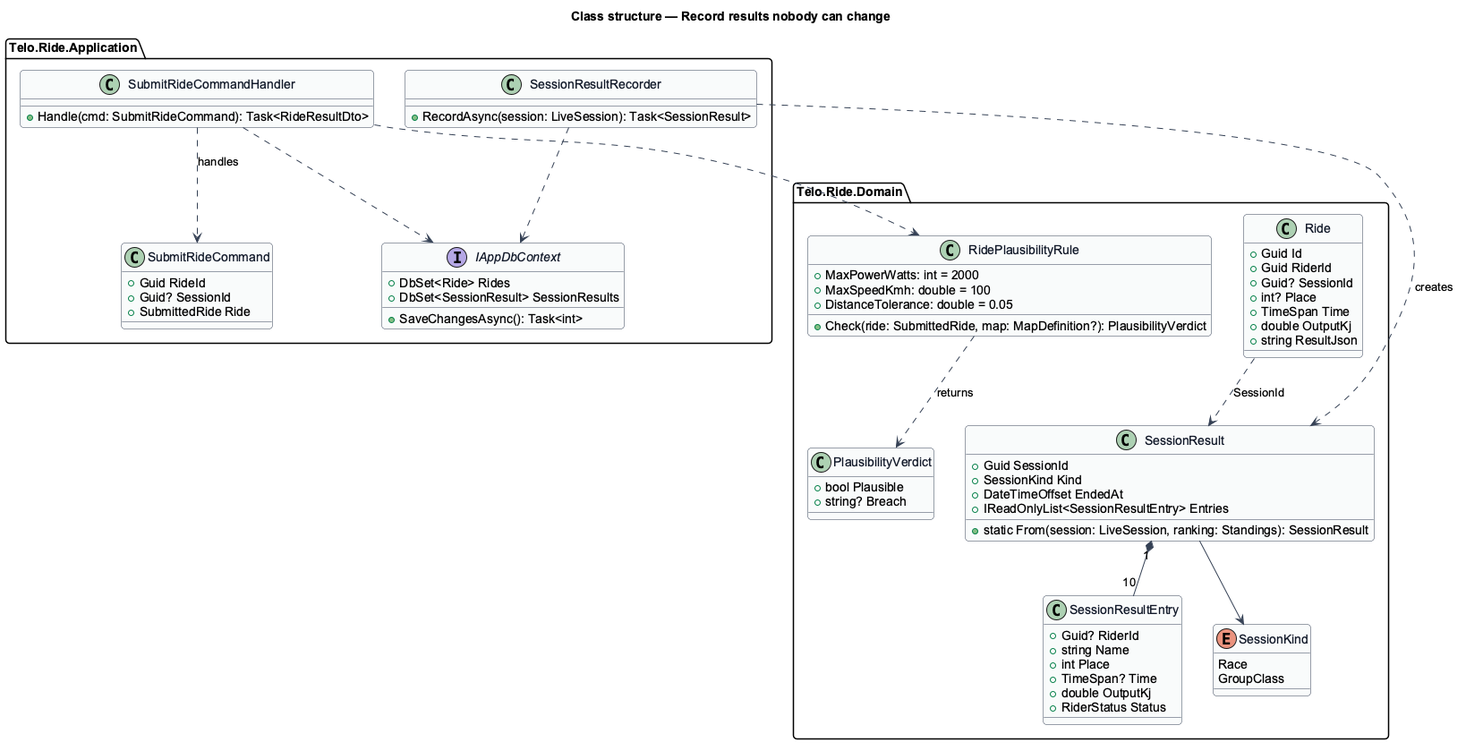
QuinntyneBrown/ride-one keeps this PlantUML diagram as docs/detailed-designs/multiplayer/record-results-nobody-can-change/diagrams/class-structure.png. Above is the earlier version. Its diagram source:
```plantuml
@startuml
skinparam backgroundColor #FFFFFF
skinparam shadowing false
skinparam roundcorner 8
skinparam defaultFontName Arial
skinparam ArrowColor #344054
skinparam class {
  BorderColor #344054
  FontColor #101828
  BackgroundColor #F9FAFB
}
set separator none
title Class structure — Record results nobody can change

package "Telo.Ride.Domain" {
  class SessionResult {
    +Guid SessionId
    +SessionKind Kind
    +DateTimeOffset EndedAt
    +IReadOnlyList<SessionResultEntry> Entries
    +static From(session: LiveSession, ranking: Standings): SessionResult
  }
  class SessionResultEntry {
    +Guid? RiderId
    +string Name
    +int Place
    +TimeSpan? Time
    +double OutputKj
    +RiderStatus Status
  }
  class Ride {
    +Guid Id
    +Guid RiderId
    +Guid? SessionId
    +int? Place
    +TimeSpan Time
    +double OutputKj
    +string ResultJson
  }
  class RidePlausibilityRule {
    +MaxPowerWatts: int = 2000
    +MaxSpeedKmh: double = 100
    +DistanceTolerance: double = 0.05
    +Check(ride: SubmittedRide, map: MapDefinition?): PlausibilityVerdict
  }
  class PlausibilityVerdict {
    +bool Plausible
    +string? Breach
  }
  enum SessionKind {
    Race
    GroupClass
  }
}
package "Telo.Ride.Application" {
  class SubmitRideCommand {
    +Guid RideId
    +Guid? SessionId
    +SubmittedRide Ride
  }
  class SubmitRideCommandHandler {
    +Handle(cmd: SubmitRideCommand): Task<RideResultDto>
  }
  class SessionResultRecorder {
    +RecordAsync(session: LiveSession): Task<SessionResult>
  }
  interface IAppDbContext {
    +DbSet<Ride> Rides
    +DbSet<SessionResult> SessionResults
    +SaveChangesAsync(): Task<int>
  }
}

SessionResult "1" *-- "10" SessionResultEntry
SessionResult --> SessionKind
Ride ..> SessionResult : SessionId
RidePlausibilityRule ..> PlausibilityVerdict : returns
SubmitRideCommandHandler ..> SubmitRideCommand : handles
SubmitRideCommandHandler ..> RidePlausibilityRule
SubmitRideCommandHandler ..> IAppDbContext
SessionResultRecorder ..> SessionResult : creates
SessionResultRecorder ..> IAppDbContext
@enduml
```
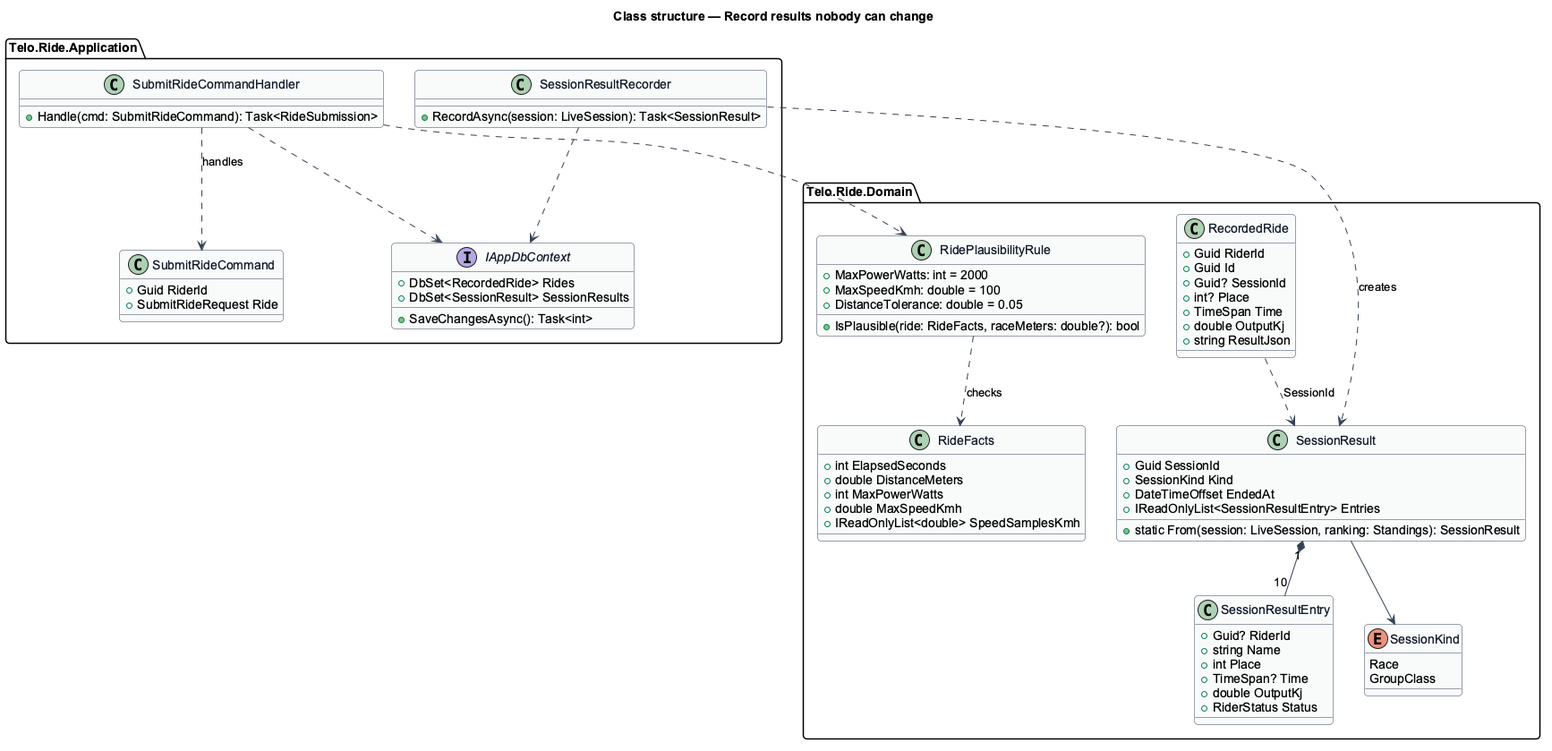
Above is the later version.

The edit, as a diff of the source:
```diff
@@ -28,9 +28,9 @@
     +double OutputKj
     +RiderStatus Status
   }
-  class Ride {
+  class RecordedRide {
+    +Guid RiderId
     +Guid Id
-    +Guid RiderId
     +Guid? SessionId
     +int? Place
     +TimeSpan Time
@@ -41,11 +41,14 @@
     +MaxPowerWatts: int = 2000
     +MaxSpeedKmh: double = 100
     +DistanceTolerance: double = 0.05
-    +Check(ride: SubmittedRide, map: MapDefinition?): PlausibilityVerdict
+    +IsPlausible(ride: RideFacts, raceMeters: double?): bool
   }
-  class PlausibilityVerdict {
-    +bool Plausible
-    +string? Breach
+  class RideFacts {
+    +int ElapsedSeconds
+    +double DistanceMeters
+    +int MaxPowerWatts
+    +double MaxSpeedKmh
+    +IReadOnlyList<double> SpeedSamplesKmh
   }
   enum SessionKind {
     Race
@@ -54,18 +57,17 @@
 }
 package "Telo.Ride.Application" {
   class SubmitRideCommand {
-    +Guid RideId
-    +Guid? SessionId
-    +SubmittedRide Ride
+    +Guid RiderId
+    +SubmitRideRequest Ride
   }
   class SubmitRideCommandHandler {
-    +Handle(cmd: SubmitRideCommand): Task<RideResultDto>
+    +Handle(cmd: SubmitRideCommand): Task<RideSubmission>
   }
   class SessionResultRecorder {
     +RecordAsync(session: LiveSession): Task<SessionResult>
   }
   interface IAppDbContext {
-    +DbSet<Ride> Rides
+    +DbSet<RecordedRide> Rides
     +DbSet<SessionResult> SessionResults
     +SaveChangesAsync(): Task<int>
   }
@@ -73,8 +75,8 @@
 
 SessionResult "1" *-- "10" SessionResultEntry
 SessionResult --> SessionKind
-Ride ..> SessionResult : SessionId
-RidePlausibilityRule ..> PlausibilityVerdict : returns
+RecordedRide ..> SessionResult : SessionId
+RidePlausibilityRule ..> RideFacts : checks
 SubmitRideCommandHandler ..> SubmitRideCommand : handles
 SubmitRideCommandHandler ..> RidePlausibilityRule
 SubmitRideCommandHandler ..> IAppDbContext
```
